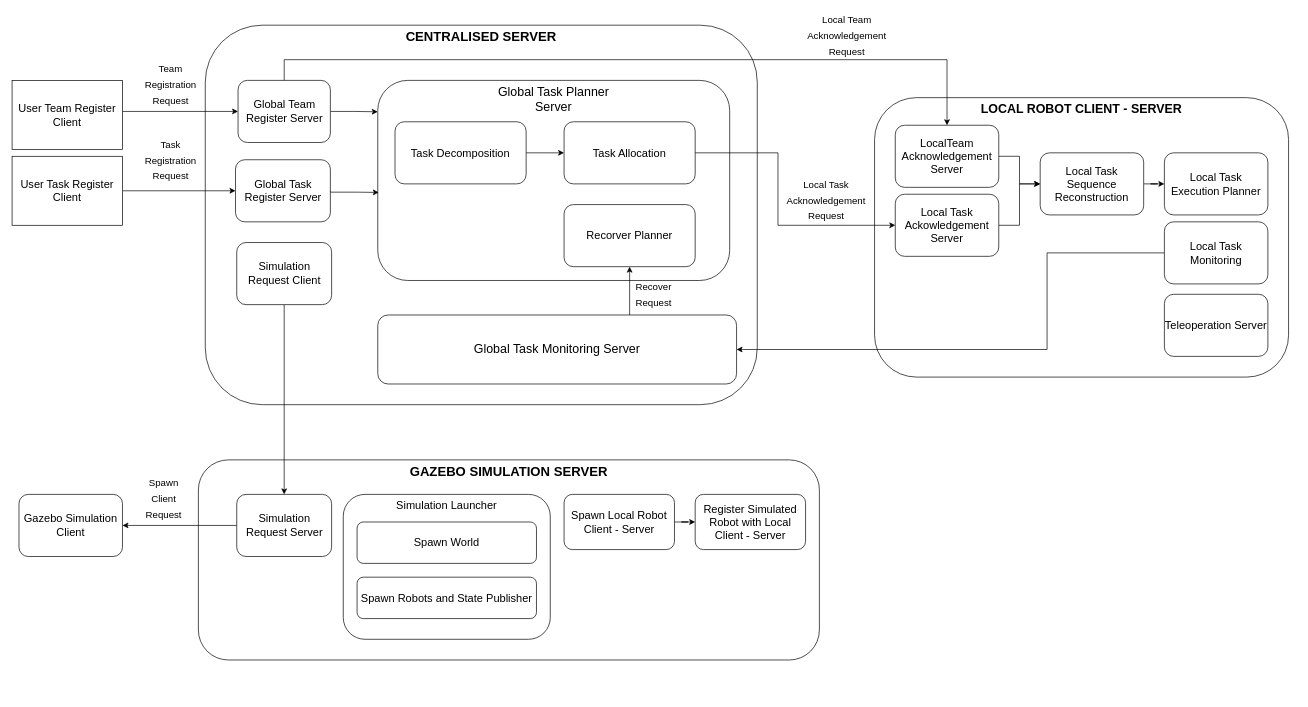
Earlier version of the draw.io diagram system_overview.drawio (dkhoanguyen/multi-robot-playground). Source tidied: cells renumbered, new cells numbered last; positions are measured from the earlier drawing's top-left corner, leaving out a move shared by most shapes. Both pictures are drawn from the tidied source at 69%, with x=0, y=0 at pixel (12, 25).
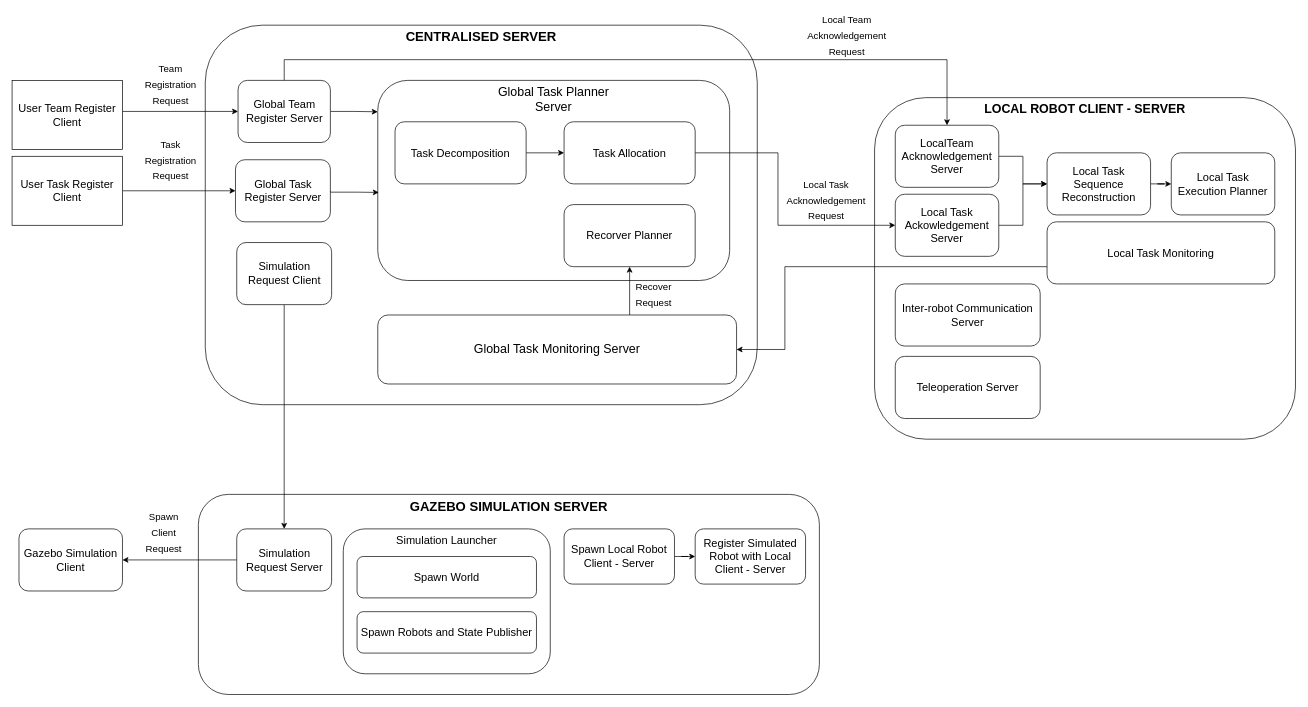
The same diagram, later.

Unchanged cells that the change refers to:
```xml
<mxCell id="19" value="&lt;font style=&quot;font-size: 18px;&quot;&gt;Global Task Monitoring Server&lt;/font&gt;" style="rounded=1;whiteSpace=wrap;html=1;" parent="1" vertex="1">
  <mxGeometry x="530" y="420" width="520" height="100" as="geometry" />
</mxCell>
```

What changed in the source:
```diff
@@
     <mxCell id="8" value="&lt;font style=&quot;font-size: 18px;&quot;&gt;&lt;b&gt;LOCAL ROBOT CLIENT - SERVER&lt;/b&gt;&lt;/font&gt;" style="rounded=1;whiteSpace=wrap;html=1;fontSize=16;verticalAlign=top;" parent="1" vertex="1">
-      <mxGeometry x="1250" y="105" width="600" height="405" as="geometry" />
+      <mxGeometry x="1250" y="105" width="610" height="495" as="geometry" />
     </mxCell>
@@
     <mxCell id="12" value="Local Task Sequence Reconstruction" style="rounded=1;whiteSpace=wrap;html=1;fontSize=16;" parent="1" vertex="1">
-      <mxGeometry x="1490" y="185" width="150" height="90" as="geometry" />
+      <mxGeometry x="1500" y="185" width="150" height="90" as="geometry" />
     </mxCell>
     <mxCell id="13" value="Local Task Execution Planner" style="rounded=1;whiteSpace=wrap;html=1;fontSize=16;" parent="1" vertex="1">
-      <mxGeometry x="1670" y="185" width="150" height="90" as="geometry" />
+      <mxGeometry x="1680" y="185" width="150" height="90" as="geometry" />
     </mxCell>
@@
     <mxCell id="29" style="edgeStyle=orthogonalEdgeStyle;rounded=0;jettySize=auto;html=1;fontSize=18;entryX=1;entryY=0.5;entryDx=0;entryDy=0;" parent="1" edge="1" source="30" target="19">
       <mxGeometry relative="1" as="geometry">
         <Array as="points">
-          <mxPoint x="1500" y="330" />
-          <mxPoint x="1500" y="470" />
+          <mxPoint x="1120" y="350" />
+          <mxPoint x="1120" y="470" />
         </Array>
       </mxGeometry>
     </mxCell>
     <mxCell id="30" value="Local Task Monitoring" style="rounded=1;whiteSpace=wrap;html=1;fontSize=16;" parent="1" vertex="1">
-      <mxGeometry x="1670" y="285" width="150" height="90" as="geometry" />
+      <mxGeometry x="1500" y="285" width="330" height="90" as="geometry" />
     </mxCell>
@@
     <mxCell id="33" value="Teleoperation Server" style="rounded=1;whiteSpace=wrap;html=1;fontSize=16;" parent="1" vertex="1">
-      <mxGeometry x="1670" y="390" width="150" height="90" as="geometry" />
+      <mxGeometry x="1280" y="480" width="210" height="90" as="geometry" />
     </mxCell>
     <mxCell id="34" value="&lt;font style=&quot;font-size: 19px;&quot;&gt;&lt;b&gt;GAZEBO SIMULATION SERVER&lt;/b&gt;&lt;/font&gt;" style="rounded=1;whiteSpace=wrap;html=1;verticalAlign=top;" parent="1" vertex="1">
-      <mxGeometry x="270" y="630" width="900" height="290" as="geometry" />
+      <mxGeometry x="270" y="680" width="900" height="290" as="geometry" />
     </mxCell>
@@
     <mxCell id="40" value="&lt;span style=&quot;font-size: 16px;&quot;&gt;Simulation Request Server&lt;/span&gt;" style="rounded=1;whiteSpace=wrap;html=1;" parent="1" vertex="1">
-      <mxGeometry x="325.6" y="680" width="137.5" height="90" as="geometry" />
+      <mxGeometry x="325.6" y="730" width="137.5" height="90" as="geometry" />
     </mxCell>
     <mxCell id="41" value="&lt;font style=&quot;font-size: 16px;&quot;&gt;Simulation Launcher&lt;/font&gt;" style="rounded=1;whiteSpace=wrap;html=1;verticalAlign=top;" parent="1" vertex="1">
-      <mxGeometry x="480" y="680" width="300" height="210" as="geometry" />
+      <mxGeometry x="480" y="730" width="300" height="210" as="geometry" />
     </mxCell>
     <mxCell id="42" value="&lt;span style=&quot;font-size: 16px;&quot;&gt;Gazebo Simulation Client&lt;/span&gt;" style="rounded=1;whiteSpace=wrap;html=1;" parent="1" vertex="1">
-      <mxGeometry x="10" y="680" width="150" height="90" as="geometry" />
+      <mxGeometry x="10" y="730" width="150" height="90" as="geometry" />
     </mxCell>
     <mxCell id="43" value="&lt;font style=&quot;font-size: 14px;&quot;&gt;Spawn Client Request&lt;/font&gt;" style="text;html=1;strokeColor=none;fillColor=none;align=center;verticalAlign=middle;whiteSpace=wrap;rounded=0;fontSize=19;" parent="1" vertex="1">
-      <mxGeometry x="190" y="670" width="60" height="30" as="geometry" />
+      <mxGeometry x="190" y="720" width="60" height="30" as="geometry" />
     </mxCell>
     <mxCell id="44" value="&lt;span style=&quot;font-size: 16px;&quot;&gt;Spawn World&lt;/span&gt;" style="rounded=1;whiteSpace=wrap;html=1;" parent="1" vertex="1">
-      <mxGeometry x="500" y="720" width="260" height="60" as="geometry" />
+      <mxGeometry x="500" y="770" width="260" height="60" as="geometry" />
     </mxCell>
     <mxCell id="45" value="&lt;span style=&quot;font-size: 16px;&quot;&gt;Spawn Robots and State Publisher&lt;/span&gt;" style="rounded=1;whiteSpace=wrap;html=1;" parent="1" vertex="1">
-      <mxGeometry x="500" y="800" width="260" height="60" as="geometry" />
+      <mxGeometry x="500" y="850" width="260" height="60" as="geometry" />
     </mxCell>
@@
     <mxCell id="47" value="&lt;span style=&quot;font-size: 16px;&quot;&gt;Spawn Local Robot Client - Server&lt;/span&gt;" style="rounded=1;whiteSpace=wrap;html=1;verticalAlign=middle;" parent="1" vertex="1">
-      <mxGeometry x="800" y="680" width="160" height="80" as="geometry" />
+      <mxGeometry x="800" y="730" width="160" height="80" as="geometry" />
     </mxCell>
     <mxCell id="48" value="&lt;span style=&quot;font-size: 16px;&quot;&gt;Register Simulated Robot with Local Client - Server&lt;/span&gt;" style="rounded=1;whiteSpace=wrap;html=1;verticalAlign=middle;" parent="1" vertex="1">
-      <mxGeometry x="990" y="680" width="160" height="80" as="geometry" />
+      <mxGeometry x="990" y="730" width="160" height="80" as="geometry" />
     </mxCell>
+    <mxCell id="49" value="Inter-robot Communication Server" style="rounded=1;whiteSpace=wrap;html=1;fontSize=16;" parent="1" vertex="1">
+      <mxGeometry x="1280" y="375" width="210" height="90" as="geometry" />
+    </mxCell>
```
